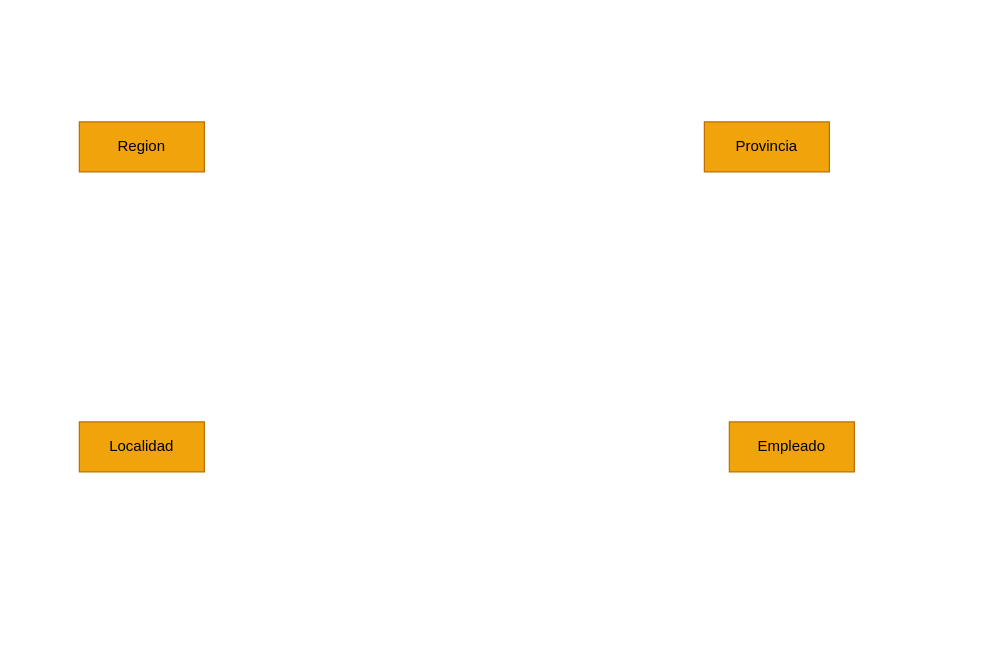
NuzzzKa/BasesDeDatos keeps this draw.io diagram as ejers/Ejer02.drawio. Above is the earlier version. Source tidied: cells renumbered, new cells numbered last; positions are measured from the earlier drawing's top-left corner, leaving out a move shared by most shapes. Both pictures are drawn from the tidied source at 125%, with x=0, y=0 at pixel (79, 121).
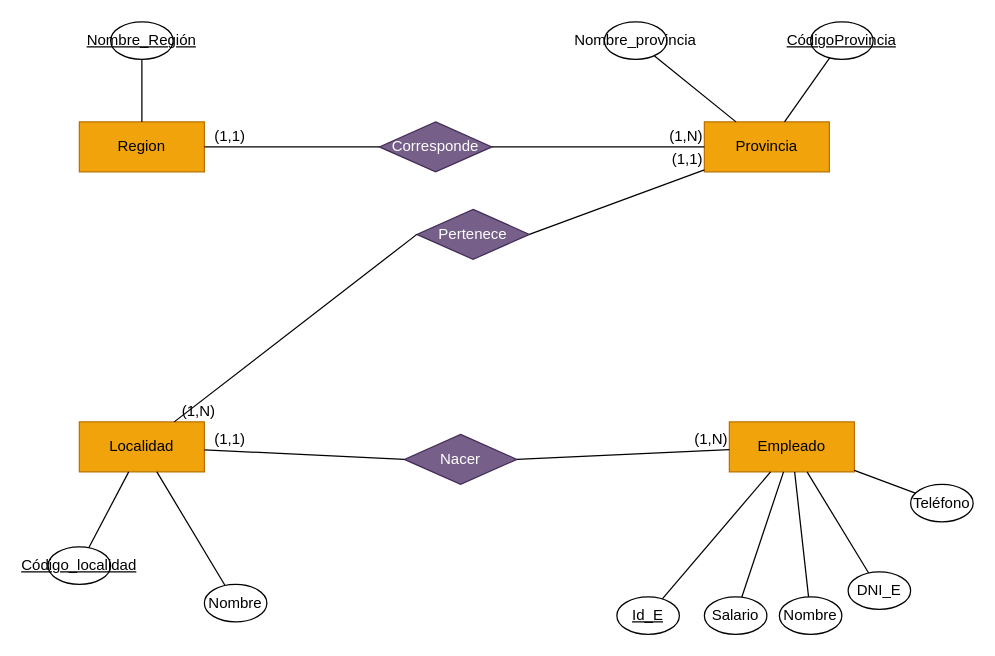
Above is the later version.

Unchanged cells that the change refers to:
```xml
<mxCell id="2" value="Region" style="whiteSpace=wrap;html=1;align=center;fillColor=#f0a30a;strokeColor=#BD7000;fontColor=#000000;" parent="1" vertex="1">
  <mxGeometry width="100" height="40" as="geometry" />
</mxCell>
<mxCell id="3" value="Provincia" style="whiteSpace=wrap;html=1;align=center;fillColor=#f0a30a;strokeColor=#BD7000;fontColor=#000000;" parent="1" vertex="1">
  <mxGeometry x="500" width="100" height="40" as="geometry" />
</mxCell>
<mxCell id="4" value="Localidad" style="whiteSpace=wrap;html=1;align=center;fillColor=#f0a30a;strokeColor=#BD7000;fontColor=#000000;" parent="1" vertex="1">
  <mxGeometry y="240" width="100" height="40" as="geometry" />
</mxCell>
<mxCell id="5" value="Empleado" style="whiteSpace=wrap;html=1;align=center;fillColor=#f0a30a;strokeColor=#BD7000;fontColor=#000000;" parent="1" vertex="1">
  <mxGeometry x="520" y="240" width="100" height="40" as="geometry" />
</mxCell>
```

Diff of the diagram source:
```diff
@@
+    <mxCell id="6" style="endArrow=none;html=1;rounded=0;" parent="1" edge="1" source="2" target="7">
+      <mxGeometry relative="1" as="geometry" />
+    </mxCell>
+    <mxCell id="7" value="&lt;u&gt;Nombre_Región&lt;/u&gt;" style="ellipse;whiteSpace=wrap;html=1;align=center;" parent="1" vertex="1">
+      <mxGeometry x="25" y="-80" width="50" height="30" as="geometry" />
+    </mxCell>
+    <mxCell id="8" style="endArrow=none;html=1;rounded=0;" parent="1" edge="1" source="3" target="9">
+      <mxGeometry relative="1" as="geometry" />
+    </mxCell>
+    <mxCell id="9" value="&lt;u&gt;CódigoProvincia&lt;/u&gt;" style="ellipse;whiteSpace=wrap;html=1;align=center;" parent="1" vertex="1">
+      <mxGeometry x="585" y="-80" width="50" height="30" as="geometry" />
+    </mxCell>
+    <mxCell id="10" style="endArrow=none;html=1;rounded=0;" parent="1" edge="1" source="3" target="11">
+      <mxGeometry relative="1" as="geometry" />
+    </mxCell>
+    <mxCell id="11" value="Nombre_provincia" style="ellipse;whiteSpace=wrap;html=1;align=center;" parent="1" vertex="1">
+      <mxGeometry x="420" y="-80" width="50" height="30" as="geometry" />
+    </mxCell>
+    <mxCell id="12" style="endArrow=none;html=1;rounded=0;" parent="1" edge="1" source="4" target="13">
+      <mxGeometry relative="1" as="geometry" />
+    </mxCell>
+    <mxCell id="13" value="&lt;u&gt;Código_localidad&lt;/u&gt;" style="ellipse;whiteSpace=wrap;html=1;align=center;" parent="1" vertex="1">
+      <mxGeometry x="-25" y="340" width="50" height="30" as="geometry" />
+    </mxCell>
+    <mxCell id="14" style="endArrow=none;html=1;rounded=0;" parent="1" edge="1" source="4" target="15">
+      <mxGeometry relative="1" as="geometry" />
+    </mxCell>
+    <mxCell id="15" value="Nombre" style="ellipse;whiteSpace=wrap;html=1;align=center;" parent="1" vertex="1">
+      <mxGeometry x="100" y="370" width="50" height="30" as="geometry" />
+    </mxCell>
+    <mxCell id="16" style="endArrow=none;html=1;rounded=0;" parent="1" edge="1" source="5" target="17">
+      <mxGeometry relative="1" as="geometry" />
+    </mxCell>
+    <mxCell id="17" value="&lt;u&gt;Id_E&lt;/u&gt;" style="ellipse;whiteSpace=wrap;html=1;align=center;" parent="1" vertex="1">
+      <mxGeometry x="430" y="380" width="50" height="30" as="geometry" />
+    </mxCell>
+    <mxCell id="18" style="endArrow=none;html=1;rounded=0;" parent="1" edge="1" source="5" target="19">
+      <mxGeometry relative="1" as="geometry" />
+    </mxCell>
+    <mxCell id="19" value="DNI_E" style="ellipse;whiteSpace=wrap;html=1;align=center;" parent="1" vertex="1">
+      <mxGeometry x="615" y="360" width="50" height="30" as="geometry" />
+    </mxCell>
+    <mxCell id="20" style="endArrow=none;html=1;rounded=0;" parent="1" edge="1" source="5" target="21">
+      <mxGeometry relative="1" as="geometry" />
+    </mxCell>
+    <mxCell id="21" value="Nombre" style="ellipse;whiteSpace=wrap;html=1;align=center;" parent="1" vertex="1">
+      <mxGeometry x="560" y="380" width="50" height="30" as="geometry" />
+    </mxCell>
+    <mxCell id="22" style="endArrow=none;html=1;rounded=0;" parent="1" edge="1" source="5" target="23">
+      <mxGeometry relative="1" as="geometry" />
+    </mxCell>
+    <mxCell id="23" value="Teléfono" style="ellipse;whiteSpace=wrap;html=1;align=center;" parent="1" vertex="1">
+      <mxGeometry x="665" y="290" width="50" height="30" as="geometry" />
+    </mxCell>
+    <mxCell id="24" style="endArrow=none;html=1;rounded=0;" parent="1" edge="1" source="5" target="25">
+      <mxGeometry relative="1" as="geometry" />
+    </mxCell>
+    <mxCell id="25" value="Salario" style="ellipse;whiteSpace=wrap;html=1;align=center;" parent="1" vertex="1">
+      <mxGeometry x="500" y="380" width="50" height="30" as="geometry" />
+    </mxCell>
+    <mxCell id="26" value="Nacer" style="shape=rhombus;perimeter=rhombusPerimeter;whiteSpace=wrap;html=1;align=center;fillColor=#76608a;fontColor=#ffffff;strokeColor=#432D57;" parent="1" vertex="1">
+      <mxGeometry x="260" y="250" width="90" height="40" as="geometry" />
+    </mxCell>
+    <mxCell id="27" style="endArrow=none;html=1;rounded=0;exitX=0;exitY=0.5;exitDx=0;exitDy=0;" parent="1" edge="1" source="26" target="4">
+      <mxGeometry relative="1" as="geometry" />
+    </mxCell>
+    <mxCell id="28" value="(1,1)" style="html=1;whiteSpace=wrap;align=right;verticalAlign=bottom;" parent="27" vertex="1">
+      <mxGeometry x="1" relative="1" as="geometry">
+        <mxPoint x="34" as="offset" />
+      </mxGeometry>
+    </mxCell>
+    <mxCell id="29" style="endArrow=none;html=1;rounded=0;exitX=1;exitY=0.5;exitDx=0;exitDy=0;" parent="1" edge="1" source="26" target="5">
+      <mxGeometry relative="1" as="geometry" />
+    </mxCell>
+    <mxCell id="30" value="(1,N)" style="html=1;whiteSpace=wrap;align=right;verticalAlign=bottom;" parent="29" vertex="1">
+      <mxGeometry x="1" relative="1" as="geometry" />
+    </mxCell>
+    <mxCell id="31" value="Pertenece" style="shape=rhombus;perimeter=rhombusPerimeter;whiteSpace=wrap;html=1;align=center;fillColor=#76608a;fontColor=#ffffff;strokeColor=#432D57;" parent="1" vertex="1">
+      <mxGeometry x="270" y="70" width="90" height="40" as="geometry" />
+    </mxCell>
+    <mxCell id="32" style="endArrow=none;html=1;rounded=0;exitX=0;exitY=0.5;exitDx=0;exitDy=0;" parent="1" edge="1" source="31" target="4">
+      <mxGeometry relative="1" as="geometry" />
+    </mxCell>
+    <mxCell id="33" value="(1,N)" style="html=1;whiteSpace=wrap;align=right;verticalAlign=bottom;" parent="32" vertex="1">
+      <mxGeometry x="1" relative="1" as="geometry">
+        <mxPoint x="34" as="offset" />
+      </mxGeometry>
+    </mxCell>
+    <mxCell id="34" style="endArrow=none;html=1;rounded=0;exitX=1;exitY=0.5;exitDx=0;exitDy=0;" parent="1" edge="1" source="31" target="3">
+      <mxGeometry relative="1" as="geometry" />
+    </mxCell>
+    <mxCell id="35" value="(1,1)" style="html=1;whiteSpace=wrap;align=right;verticalAlign=bottom;" parent="34" vertex="1">
+      <mxGeometry x="1" relative="1" as="geometry" />
+    </mxCell>
+    <mxCell id="36" value="Corresponde" style="shape=rhombus;perimeter=rhombusPerimeter;whiteSpace=wrap;html=1;align=center;fillColor=#76608a;fontColor=#ffffff;strokeColor=#432D57;" parent="1" vertex="1">
+      <mxGeometry x="240" width="90" height="40" as="geometry" />
+    </mxCell>
+    <mxCell id="37" style="endArrow=none;html=1;rounded=0;exitX=0;exitY=0.5;exitDx=0;exitDy=0;" parent="1" edge="1" source="36" target="2">
+      <mxGeometry relative="1" as="geometry" />
+    </mxCell>
+    <mxCell id="38" value="(1,1)" style="html=1;whiteSpace=wrap;align=right;verticalAlign=bottom;" parent="37" vertex="1">
+      <mxGeometry x="1" relative="1" as="geometry">
+        <mxPoint x="34" as="offset" />
+      </mxGeometry>
+    </mxCell>
+    <mxCell id="39" style="endArrow=none;html=1;rounded=0;exitX=1;exitY=0.5;exitDx=0;exitDy=0;" parent="1" edge="1" source="36" target="3">
+      <mxGeometry relative="1" as="geometry" />
+    </mxCell>
+    <mxCell id="40" value="(1,N)" style="html=1;whiteSpace=wrap;align=right;verticalAlign=bottom;" parent="39" vertex="1">
+      <mxGeometry x="1" relative="1" as="geometry" />
+    </mxCell>
```
